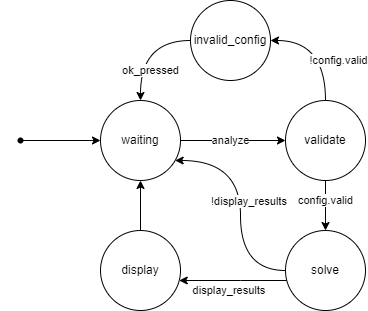
This is docs/SRS/images/use-case-4-sm.png from agentvv/MTOBridge, a draw.io export, as it was before one commit. Source tidied: cells renumbered, new cells last; positions are measured from the earlier drawing's top-left corner, leaving out a move shared by most shapes.
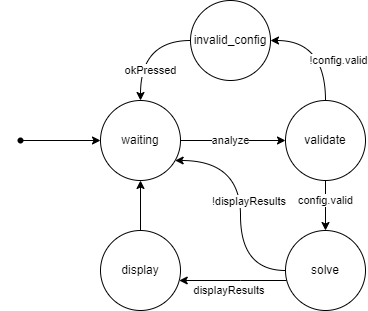
After the change.

The edit, as a diff of the source:
```diff
@@ -44,7 +44,7 @@
         </Array>
       </mxGeometry>
     </mxCell>
-    <mxCell id="12" value="ok_pressed" style="edgeLabel;html=1;align=center;verticalAlign=middle;" parent="11" vertex="1">
+    <mxCell id="12" value="okPressed" style="edgeLabel;html=1;align=center;verticalAlign=middle;" parent="11" vertex="1">
       <mxGeometry x="-0.13" y="-2" relative="1" as="geometry">
         <mxPoint x="8" y="18" as="offset" />
       </mxGeometry>
@@ -70,7 +70,7 @@
         </Array>
       </mxGeometry>
     </mxCell>
-    <mxCell id="16" value="display_results&amp;nbsp;" style="edgeLabel;html=1;align=center;verticalAlign=middle;" parent="15" vertex="1">
+    <mxCell id="16" value="displayResults&amp;nbsp;" style="edgeLabel;html=1;align=center;verticalAlign=middle;" parent="15" vertex="1">
       <mxGeometry x="-0.2" relative="1" as="geometry">
         <mxPoint x="-13" y="10" as="offset" />
       </mxGeometry>
@@ -89,7 +89,7 @@
         </Array>
       </mxGeometry>
     </mxCell>
-    <mxCell id="20" value="!display_results&amp;nbsp;" style="edgeLabel;html=1;align=center;verticalAlign=middle;" parent="19" vertex="1">
+    <mxCell id="20" value="!displayResults&amp;nbsp;" style="edgeLabel;html=1;align=center;verticalAlign=middle;" parent="19" vertex="1">
       <mxGeometry x="-0.13" y="-2" relative="1" as="geometry">
         <mxPoint x="8" y="-18" as="offset" />
       </mxGeometry>
```
